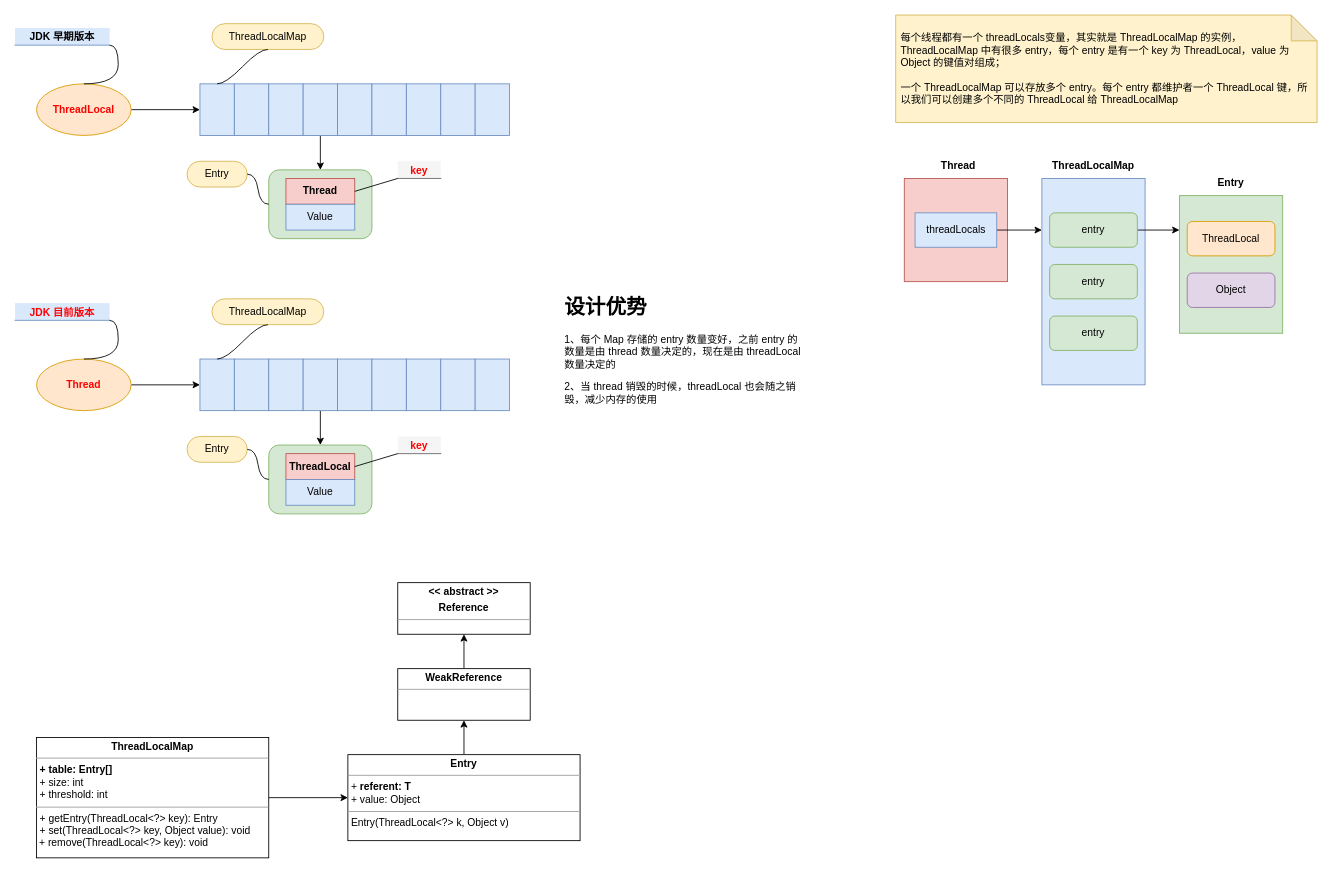
Before: juc/ThreadLocal.drawio in thebesteric/draw.io, a draw.io diagram. Source tidied: cells renumbered, new cells numbered last; positions are measured from the earlier drawing's top-left corner, leaving out a move shared by most shapes. Both pictures are drawn from the tidied source at 86%, with x=0, y=0 at pixel (15, 15).
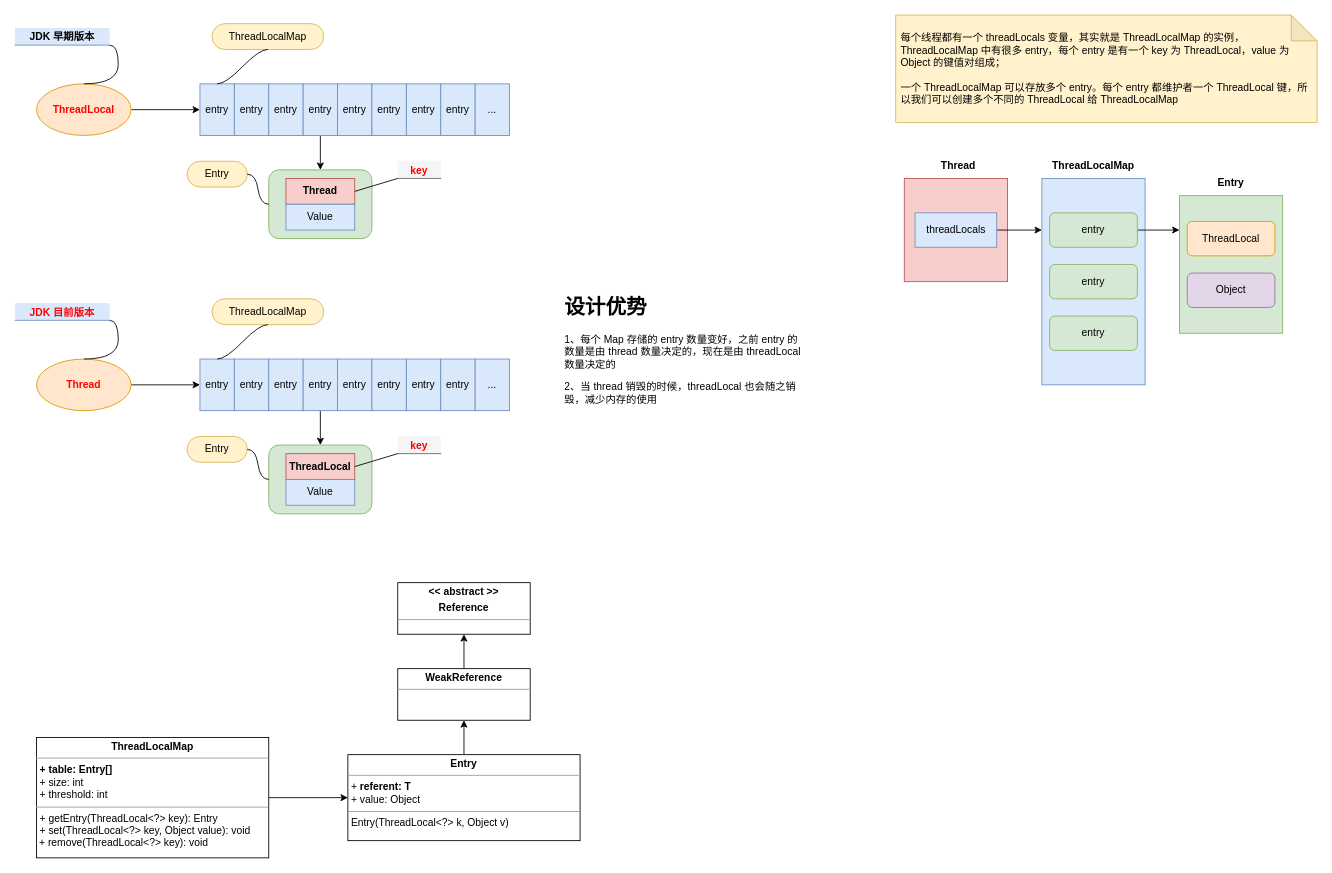
After the change.

Change to the diagram source:
```diff
@@
-    <mxCell id="4" style="rounded=0;whiteSpace=wrap;html=1;fillColor=#dae8fc;strokeColor=#6c8ebf;" parent="1" vertex="1">
+    <mxCell id="4" value="entry" style="rounded=0;whiteSpace=wrap;html=1;fillColor=#dae8fc;strokeColor=#6c8ebf;" parent="1" vertex="1">
       <mxGeometry x="215" y="80" width="40" height="60" as="geometry" />
     </mxCell>
-    <mxCell id="5" style="rounded=0;whiteSpace=wrap;html=1;fillColor=#dae8fc;strokeColor=#6c8ebf;" parent="1" vertex="1">
+    <mxCell id="5" value="entry" style="rounded=0;whiteSpace=wrap;html=1;fillColor=#dae8fc;strokeColor=#6c8ebf;" parent="1" vertex="1">
       <mxGeometry x="255" y="80" width="40" height="60" as="geometry" />
     </mxCell>
-    <mxCell id="6" style="rounded=0;whiteSpace=wrap;html=1;fillColor=#dae8fc;strokeColor=#6c8ebf;" parent="1" vertex="1">
+    <mxCell id="6" value="entry" style="rounded=0;whiteSpace=wrap;html=1;fillColor=#dae8fc;strokeColor=#6c8ebf;" parent="1" vertex="1">
       <mxGeometry x="295" y="80" width="40" height="60" as="geometry" />
     </mxCell>
@@
-    <mxCell id="8" style="rounded=0;whiteSpace=wrap;html=1;fillColor=#dae8fc;strokeColor=#6c8ebf;" parent="1" vertex="1">
+    <mxCell id="8" value="entry" style="rounded=0;whiteSpace=wrap;html=1;fillColor=#dae8fc;strokeColor=#6c8ebf;" parent="1" vertex="1">
       <mxGeometry x="335" y="80" width="40" height="60" as="geometry" />
     </mxCell>
-    <mxCell id="9" style="rounded=0;whiteSpace=wrap;html=1;fillColor=#dae8fc;strokeColor=#6c8ebf;" parent="1" vertex="1">
+    <mxCell id="9" value="entry" style="rounded=0;whiteSpace=wrap;html=1;fillColor=#dae8fc;strokeColor=#6c8ebf;" parent="1" vertex="1">
       <mxGeometry x="375" y="80" width="40" height="60" as="geometry" />
     </mxCell>
-    <mxCell id="10" style="rounded=0;whiteSpace=wrap;html=1;fillColor=#dae8fc;strokeColor=#6c8ebf;" parent="1" vertex="1">
+    <mxCell id="10" value="entry" style="rounded=0;whiteSpace=wrap;html=1;fillColor=#dae8fc;strokeColor=#6c8ebf;" parent="1" vertex="1">
       <mxGeometry x="415" y="80" width="40" height="60" as="geometry" />
     </mxCell>
-    <mxCell id="11" style="rounded=0;whiteSpace=wrap;html=1;fillColor=#dae8fc;strokeColor=#6c8ebf;" parent="1" vertex="1">
+    <mxCell id="11" value="entry" style="rounded=0;whiteSpace=wrap;html=1;fillColor=#dae8fc;strokeColor=#6c8ebf;" parent="1" vertex="1">
       <mxGeometry x="455" y="80" width="40" height="60" as="geometry" />
     </mxCell>
-    <mxCell id="12" style="rounded=0;whiteSpace=wrap;html=1;fillColor=#dae8fc;strokeColor=#6c8ebf;" parent="1" vertex="1">
+    <mxCell id="12" value="entry" style="rounded=0;whiteSpace=wrap;html=1;fillColor=#dae8fc;strokeColor=#6c8ebf;" parent="1" vertex="1">
       <mxGeometry x="495" y="80" width="40" height="60" as="geometry" />
     </mxCell>
-    <mxCell id="13" style="rounded=0;whiteSpace=wrap;html=1;fillColor=#dae8fc;strokeColor=#6c8ebf;" parent="1" vertex="1">
+    <mxCell id="13" value="..." style="rounded=0;whiteSpace=wrap;html=1;fillColor=#dae8fc;strokeColor=#6c8ebf;" parent="1" vertex="1">
       <mxGeometry x="535" y="80" width="40" height="60" as="geometry" />
     </mxCell>
@@
-    <mxCell id="21" style="rounded=0;whiteSpace=wrap;html=1;fillColor=#dae8fc;strokeColor=#6c8ebf;" parent="1" vertex="1">
+    <mxCell id="21" value="entry" style="rounded=0;whiteSpace=wrap;html=1;fillColor=#dae8fc;strokeColor=#6c8ebf;" parent="1" vertex="1">
       <mxGeometry x="215" y="400" width="40" height="60" as="geometry" />
     </mxCell>
-    <mxCell id="22" style="rounded=0;whiteSpace=wrap;html=1;fillColor=#dae8fc;strokeColor=#6c8ebf;" parent="1" vertex="1">
+    <mxCell id="22" value="entry" style="rounded=0;whiteSpace=wrap;html=1;fillColor=#dae8fc;strokeColor=#6c8ebf;" parent="1" vertex="1">
       <mxGeometry x="255" y="400" width="40" height="60" as="geometry" />
     </mxCell>
-    <mxCell id="23" style="rounded=0;whiteSpace=wrap;html=1;fillColor=#dae8fc;strokeColor=#6c8ebf;" parent="1" vertex="1">
+    <mxCell id="23" value="entry" style="rounded=0;whiteSpace=wrap;html=1;fillColor=#dae8fc;strokeColor=#6c8ebf;" parent="1" vertex="1">
       <mxGeometry x="295" y="400" width="40" height="60" as="geometry" />
     </mxCell>
@@
-    <mxCell id="25" style="rounded=0;whiteSpace=wrap;html=1;fillColor=#dae8fc;strokeColor=#6c8ebf;" parent="1" vertex="1">
+    <mxCell id="25" value="entry" style="rounded=0;whiteSpace=wrap;html=1;fillColor=#dae8fc;strokeColor=#6c8ebf;" parent="1" vertex="1">
       <mxGeometry x="335" y="400" width="40" height="60" as="geometry" />
     </mxCell>
-    <mxCell id="26" style="rounded=0;whiteSpace=wrap;html=1;fillColor=#dae8fc;strokeColor=#6c8ebf;" parent="1" vertex="1">
+    <mxCell id="26" value="entry" style="rounded=0;whiteSpace=wrap;html=1;fillColor=#dae8fc;strokeColor=#6c8ebf;" parent="1" vertex="1">
       <mxGeometry x="375" y="400" width="40" height="60" as="geometry" />
     </mxCell>
-    <mxCell id="27" style="rounded=0;whiteSpace=wrap;html=1;fillColor=#dae8fc;strokeColor=#6c8ebf;" parent="1" vertex="1">
+    <mxCell id="27" value="entry" style="rounded=0;whiteSpace=wrap;html=1;fillColor=#dae8fc;strokeColor=#6c8ebf;" parent="1" vertex="1">
       <mxGeometry x="415" y="400" width="40" height="60" as="geometry" />
     </mxCell>
-    <mxCell id="28" style="rounded=0;whiteSpace=wrap;html=1;fillColor=#dae8fc;strokeColor=#6c8ebf;" parent="1" vertex="1">
+    <mxCell id="28" value="entry" style="rounded=0;whiteSpace=wrap;html=1;fillColor=#dae8fc;strokeColor=#6c8ebf;" parent="1" vertex="1">
       <mxGeometry x="455" y="400" width="40" height="60" as="geometry" />
     </mxCell>
-    <mxCell id="29" style="rounded=0;whiteSpace=wrap;html=1;fillColor=#dae8fc;strokeColor=#6c8ebf;" parent="1" vertex="1">
+    <mxCell id="29" value="entry" style="rounded=0;whiteSpace=wrap;html=1;fillColor=#dae8fc;strokeColor=#6c8ebf;" parent="1" vertex="1">
       <mxGeometry x="495" y="400" width="40" height="60" as="geometry" />
     </mxCell>
-    <mxCell id="30" style="rounded=0;whiteSpace=wrap;html=1;fillColor=#dae8fc;strokeColor=#6c8ebf;" parent="1" vertex="1">
+    <mxCell id="30" value="..." style="rounded=0;whiteSpace=wrap;html=1;fillColor=#dae8fc;strokeColor=#6c8ebf;" parent="1" vertex="1">
       <mxGeometry x="535" y="400" width="40" height="60" as="geometry" />
     </mxCell>
@@
-    <mxCell id="70" value="每个线程都有一个 threadLocals变量，其实就是 ThreadLocalMap 的实例，ThreadLocalMap 中有很多 entry，每个 entry 是有一个 key 为 ThreadLocal，value 为 Object 的键值对组成；&lt;br&gt;&lt;br&gt;一个&amp;nbsp;ThreadLocalMap 可以存放多个 entry。每个 entry 都维护者一个 ThreadLocal 键，所以我们可以创建多个不同的 ThreadLocal 给&amp;nbsp;ThreadLocalMap" style="shape=note;whiteSpace=wrap;html=1;backgroundOutline=1;darkOpacity=0.05;fillColor=#fff2cc;strokeColor=#d6b656;align=left;spacingLeft=0;spacingRight=0;spacing=6;" parent="1" vertex="1">
+    <mxCell id="70" value="每个线程都有一个 threadLocals 变量，其实就是 ThreadLocalMap 的实例，ThreadLocalMap 中有很多 entry，每个 entry 是有一个 key 为 ThreadLocal，value 为 Object 的键值对组成；&lt;br&gt;&lt;br&gt;一个&amp;nbsp;ThreadLocalMap 可以存放多个 entry。每个 entry 都维护者一个 ThreadLocal 键，所以我们可以创建多个不同的 ThreadLocal 给&amp;nbsp;ThreadLocalMap" style="shape=note;whiteSpace=wrap;html=1;backgroundOutline=1;darkOpacity=0.05;fillColor=#fff2cc;strokeColor=#d6b656;align=left;spacingLeft=0;spacingRight=0;spacing=6;" parent="1" vertex="1">
       <mxGeometry x="1024" width="490" height="125" as="geometry" />
     </mxCell>
```
